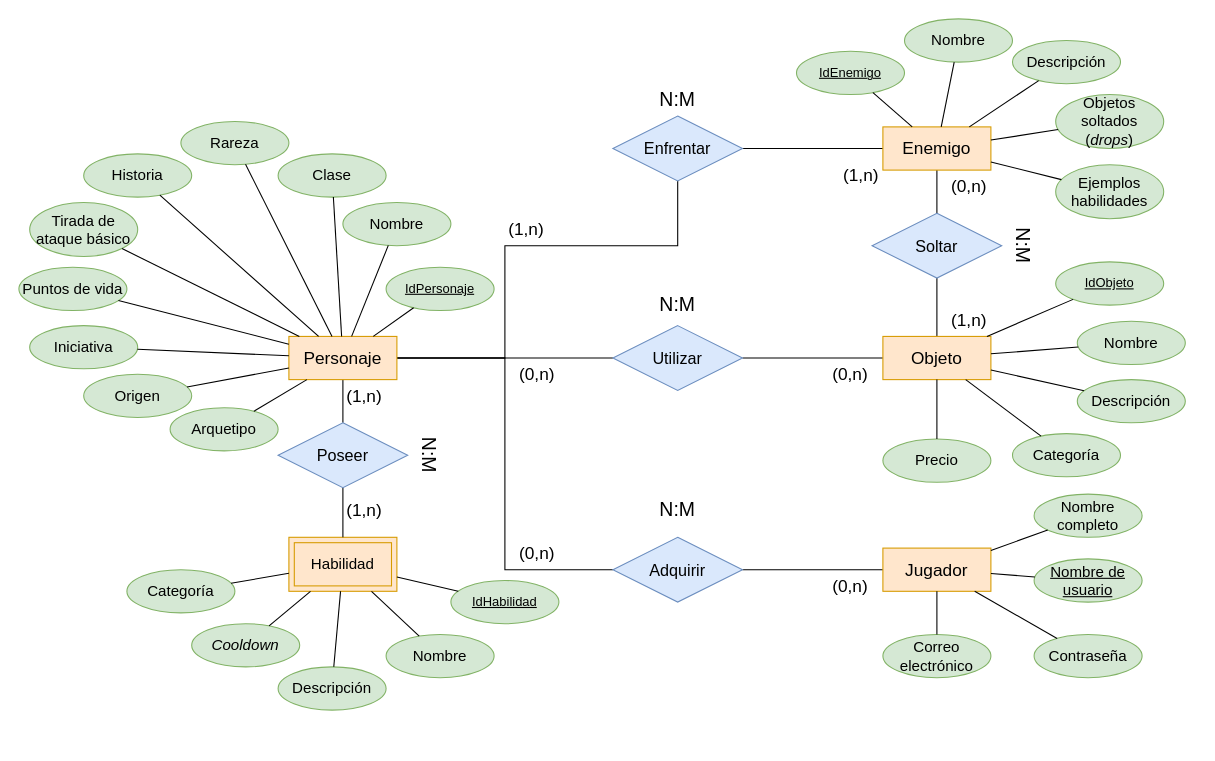
The draw.io diagram Figuras y gráficos/modelo-er-proyecto.drawio in DiegoAP93/es_legacy_app_unendo_project, before the edit. Source tidied: cells renumbered, new cells numbered last; positions are measured from the earlier drawing's top-left corner, leaving out a move shared by most shapes. Both pictures are drawn from the tidied source at 108%, with x=0, y=0 at pixel (18, 18).
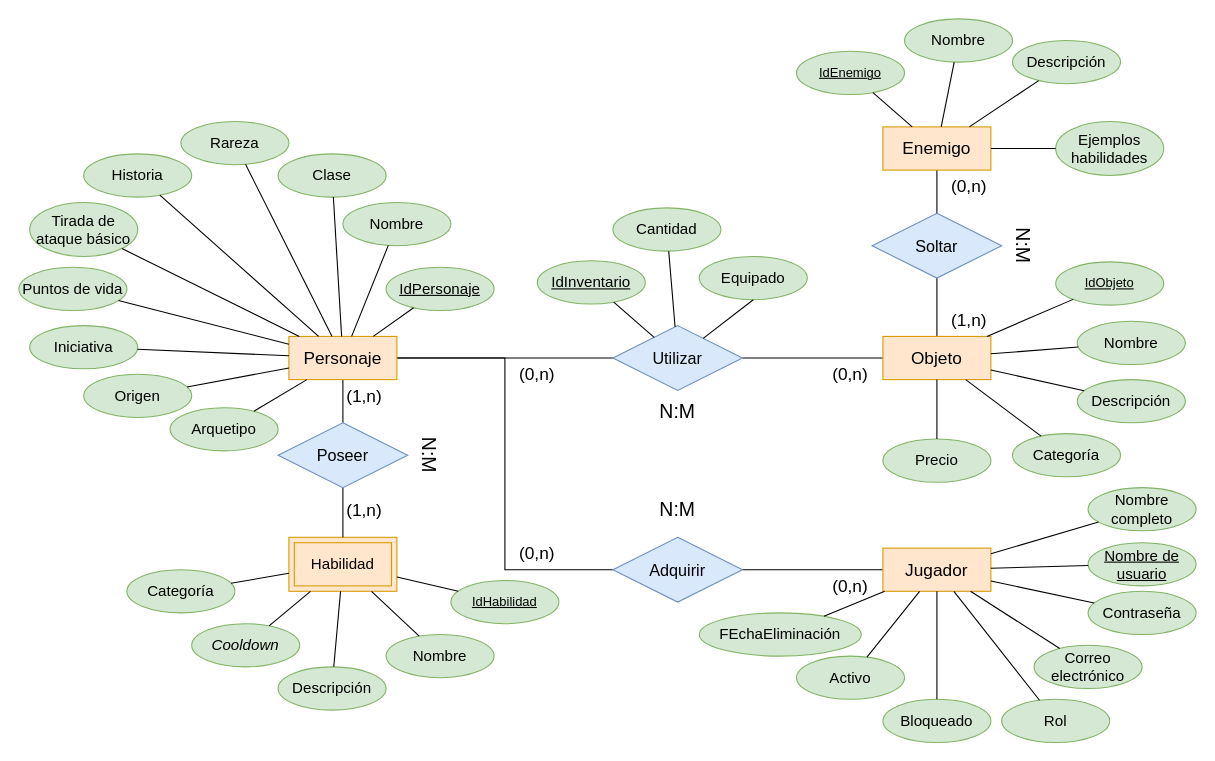
The same diagram, later.

Commit message (it also covers changes not shown here):
Cambios en la documentación con modificaciones en la BBDD y sus gráficos. Creado el proyecto de la aplicación de admin con los primeros trozos de código.

Unchanged cells that the change refers to:
```xml
<mxCell id="10" value="&lt;font style=&quot;font-size: 16px;&quot;&gt;Personaje&lt;/font&gt;" style="whiteSpace=wrap;html=1;align=center;fillColor=#ffe6cc;strokeColor=#d79b00;" parent="1" vertex="1">
  <mxGeometry x="250" y="294" width="100" height="40" as="geometry" />
</mxCell>
<mxCell id="13" value="&lt;font style=&quot;font-size: 16px;&quot;&gt;Enemigo&lt;/font&gt;" style="whiteSpace=wrap;html=1;align=center;fillColor=#ffe6cc;strokeColor=#d79b00;" parent="1" vertex="1">
  <mxGeometry x="800" y="100" width="100" height="40" as="geometry" />
</mxCell>
<mxCell id="15" value="&lt;font style=&quot;font-size: 16px;&quot;&gt;Jugador&lt;/font&gt;" style="whiteSpace=wrap;html=1;align=center;fillColor=#ffe6cc;strokeColor=#d79b00;" parent="1" vertex="1">
  <mxGeometry x="800" y="490" width="100" height="40" as="geometry" />
</mxCell>
<mxCell id="17" value="&lt;font style=&quot;font-size: 15px;&quot;&gt;Utilizar&lt;/font&gt;" style="shape=rhombus;perimeter=rhombusPerimeter;whiteSpace=wrap;html=1;align=center;fillColor=#dae8fc;strokeColor=#6c8ebf;" parent="1" vertex="1">
  <mxGeometry x="550" y="284" width="120" height="60" as="geometry" />
</mxCell>
```

Diff of the diagram source:
```diff
@@
-    <mxCell id="6" style="edgeStyle=orthogonalEdgeStyle;rounded=0;jettySize=auto;html=1;endArrow=none;endFill=0;" parent="1" edge="1" source="10" target="16">
-      <mxGeometry relative="1" as="geometry">
-        <Array as="points">
-          <mxPoint x="450" y="314" />
-          <mxPoint x="450" y="210" />
-          <mxPoint x="610" y="210" />
-        </Array>
-      </mxGeometry>
-    </mxCell>
@@
-    <mxCell id="11" style="edgeStyle=orthogonalEdgeStyle;rounded=0;jettySize=auto;html=1;endArrow=none;endFill=0;" parent="1" edge="1" source="13" target="16">
-      <mxGeometry relative="1" as="geometry" />
-    </mxCell>
@@
-    <mxCell id="16" value="&lt;font style=&quot;font-size: 15px;&quot;&gt;Enfrentar&lt;/font&gt;" style="shape=rhombus;perimeter=rhombusPerimeter;whiteSpace=wrap;html=1;align=center;fillColor=#dae8fc;strokeColor=#6c8ebf;" parent="1" vertex="1">
-      <mxGeometry x="550" y="90" width="120" height="60" as="geometry" />
-    </mxCell>
@@
-    <mxCell id="20" value="&lt;font style=&quot;font-size: 18px;&quot;&gt;N:M&lt;/font&gt;" style="text;html=1;align=center;verticalAlign=middle;whiteSpace=wrap;rounded=0;" parent="1" vertex="1">
-      <mxGeometry x="580" y="60" width="60" height="30" as="geometry" />
-    </mxCell>
     <mxCell id="21" value="&lt;font style=&quot;font-size: 18px;&quot;&gt;N:M&lt;/font&gt;" style="text;html=1;align=center;verticalAlign=middle;whiteSpace=wrap;rounded=0;" parent="1" vertex="1">
-      <mxGeometry x="580" y="250" width="60" height="30" as="geometry" />
+      <mxGeometry x="580" y="349" width="60" height="30" as="geometry" />
     </mxCell>
@@
-    <mxCell id="24" value="&lt;font style=&quot;font-size: 16px;&quot;&gt;(1,n)&lt;/font&gt;" style="text;html=1;align=center;verticalAlign=middle;whiteSpace=wrap;rounded=0;" parent="1" vertex="1">
-      <mxGeometry x="440" y="180" width="60" height="30" as="geometry" />
-    </mxCell>
@@
     <mxCell id="34" value="&lt;font style=&quot;font-size: 14px;&quot;&gt;Ejemplos habilidades&lt;/font&gt;" style="ellipse;whiteSpace=wrap;html=1;align=center;fillColor=#d5e8d4;strokeColor=#82b366;" parent="1" vertex="1">
-      <mxGeometry x="960" y="135" width="100" height="50" as="geometry" />
+      <mxGeometry x="960" y="95" width="100" height="50" as="geometry" />
     </mxCell>
-    <mxCell id="35" value="&lt;font style=&quot;font-size: 14px;&quot;&gt;Objetos soltados (&lt;i&gt;drops&lt;/i&gt;)&lt;/font&gt;" style="ellipse;whiteSpace=wrap;html=1;align=center;fillColor=#d5e8d4;strokeColor=#82b366;" parent="1" vertex="1">
-      <mxGeometry x="960" y="70" width="100" height="50" as="geometry" />
-    </mxCell>
@@
-    <mxCell id="38" style="endArrow=none;html=1;rounded=0;" parent="1" edge="1" source="13" target="35">
-      <mxGeometry relative="1" as="geometry" />
-    </mxCell>
@@
     <mxCell id="48" value="&lt;font style=&quot;font-size: 14px;&quot;&gt;Nombre completo&lt;/font&gt;" style="ellipse;whiteSpace=wrap;html=1;align=center;fillColor=#d5e8d4;strokeColor=#82b366;" parent="1" vertex="1">
-      <mxGeometry x="940" y="440" width="100" height="40" as="geometry" />
+      <mxGeometry x="990" y="434" width="100" height="40" as="geometry" />
     </mxCell>
     <mxCell id="49" value="&lt;font style=&quot;font-size: 14px;&quot;&gt;Nombre de usuario&lt;br&gt;&lt;/font&gt;" style="ellipse;whiteSpace=wrap;html=1;align=center;fontStyle=4;fillColor=#d5e8d4;strokeColor=#82b366;" parent="1" vertex="1">
-      <mxGeometry x="940" y="500" width="100" height="40" as="geometry" />
+      <mxGeometry x="990" y="485" width="100" height="40" as="geometry" />
     </mxCell>
     <mxCell id="50" value="&lt;font style=&quot;font-size: 14px;&quot;&gt;Correo electrónico&lt;br&gt;&lt;/font&gt;" style="ellipse;whiteSpace=wrap;html=1;align=center;fillColor=#d5e8d4;strokeColor=#82b366;" parent="1" vertex="1">
-      <mxGeometry x="800" y="570" width="100" height="40" as="geometry" />
+      <mxGeometry x="940" y="580" width="100" height="40" as="geometry" />
     </mxCell>
@@
-    <mxCell id="57" value="&lt;font style=&quot;font-size: 16px;&quot;&gt;(1,n)&lt;/font&gt;" style="text;html=1;align=center;verticalAlign=middle;whiteSpace=wrap;rounded=0;" parent="1" vertex="1">
-      <mxGeometry x="750" y="130" width="60" height="30" as="geometry" />
-    </mxCell>
@@
-    <mxCell id="91" value="IdPersonaje" style="ellipse;whiteSpace=wrap;html=1;align=center;fontStyle=4;fillColor=#d5e8d4;strokeColor=#82b366;" parent="1" vertex="1">
+    <mxCell id="91" value="&lt;font style=&quot;font-size: 14px;&quot;&gt;IdPersonaje&lt;/font&gt;" style="ellipse;whiteSpace=wrap;html=1;align=center;fontStyle=4;fillColor=#d5e8d4;strokeColor=#82b366;" parent="1" vertex="1">
       <mxGeometry x="340" y="230" width="100" height="40" as="geometry" />
     </mxCell>
@@
     <mxCell id="93" value="&lt;font style=&quot;font-size: 14px;&quot;&gt;Contraseña&lt;/font&gt;" style="ellipse;whiteSpace=wrap;html=1;align=center;fillColor=#d5e8d4;strokeColor=#82b366;" parent="1" vertex="1">
-      <mxGeometry x="940" y="570" width="100" height="40" as="geometry" />
+      <mxGeometry x="990" y="530" width="100" height="40" as="geometry" />
     </mxCell>
@@
+    <mxCell id="95" value="&lt;font style=&quot;font-size: 14px;&quot;&gt;Activo&lt;/font&gt;" style="ellipse;whiteSpace=wrap;html=1;align=center;fillColor=#d5e8d4;strokeColor=#82b366;" parent="1" vertex="1">
+      <mxGeometry x="720" y="590" width="100" height="40" as="geometry" />
+    </mxCell>
+    <mxCell id="96" value="&lt;font style=&quot;font-size: 14px;&quot;&gt;FEchaEliminación&lt;/font&gt;" style="ellipse;whiteSpace=wrap;html=1;align=center;fillColor=#d5e8d4;strokeColor=#82b366;" parent="1" vertex="1">
+      <mxGeometry x="630" y="550" width="150" height="40" as="geometry" />
+    </mxCell>
+    <mxCell id="97" value="&lt;font style=&quot;font-size: 14px;&quot;&gt;Bloqueado&lt;/font&gt;" style="ellipse;whiteSpace=wrap;html=1;align=center;fillColor=#d5e8d4;strokeColor=#82b366;" parent="1" vertex="1">
+      <mxGeometry x="800" y="630" width="100" height="40" as="geometry" />
+    </mxCell>
+    <mxCell id="98" value="&lt;font style=&quot;font-size: 14px;&quot;&gt;Rol&lt;/font&gt;" style="ellipse;whiteSpace=wrap;html=1;align=center;fillColor=#d5e8d4;strokeColor=#82b366;" parent="1" vertex="1">
+      <mxGeometry x="910" y="630" width="100" height="40" as="geometry" />
+    </mxCell>
+    <mxCell id="99" style="endArrow=none;html=1;rounded=0;" parent="1" edge="1" source="96" target="15">
+      <mxGeometry relative="1" as="geometry" />
+    </mxCell>
+    <mxCell id="100" style="endArrow=none;html=1;rounded=0;" parent="1" edge="1" source="95" target="15">
+      <mxGeometry relative="1" as="geometry" />
+    </mxCell>
+    <mxCell id="101" style="endArrow=none;html=1;rounded=0;" parent="1" edge="1" source="97" target="15">
+      <mxGeometry relative="1" as="geometry" />
+    </mxCell>
+    <mxCell id="102" style="endArrow=none;html=1;rounded=0;" parent="1" edge="1" source="98" target="15">
+      <mxGeometry relative="1" as="geometry" />
+    </mxCell>
+    <mxCell id="103" value="&lt;font style=&quot;font-size: 14px;&quot;&gt;Cantidad&lt;/font&gt;" style="ellipse;whiteSpace=wrap;html=1;align=center;fillColor=#d5e8d4;strokeColor=#82b366;" parent="1" vertex="1">
+      <mxGeometry x="550" y="175" width="100" height="40" as="geometry" />
+    </mxCell>
+    <mxCell id="104" value="&lt;font style=&quot;font-size: 14px;&quot;&gt;Equipado&lt;/font&gt;" style="ellipse;whiteSpace=wrap;html=1;align=center;fillColor=#d5e8d4;strokeColor=#82b366;" parent="1" vertex="1">
+      <mxGeometry x="630" y="220" width="100" height="40" as="geometry" />
+    </mxCell>
+    <mxCell id="105" value="&lt;font style=&quot;font-size: 14px;&quot;&gt;IdInventario&lt;/font&gt;" style="ellipse;whiteSpace=wrap;html=1;align=center;fontStyle=4;fillColor=#d5e8d4;strokeColor=#82b366;" parent="1" vertex="1">
+      <mxGeometry x="480" y="224" width="100" height="40" as="geometry" />
+    </mxCell>
+    <mxCell id="106" style="endArrow=none;html=1;rounded=0;" parent="1" edge="1" source="17" target="105">
+      <mxGeometry relative="1" as="geometry" />
+    </mxCell>
+    <mxCell id="107" style="endArrow=none;html=1;rounded=0;" parent="1" edge="1" source="17" target="103">
+      <mxGeometry relative="1" as="geometry" />
+    </mxCell>
+    <mxCell id="108" style="endArrow=none;html=1;rounded=0;entryX=0.5;entryY=1;entryDx=0;entryDy=0;" parent="1" edge="1" source="17" target="104">
+      <mxGeometry relative="1" as="geometry" />
+    </mxCell>
```
